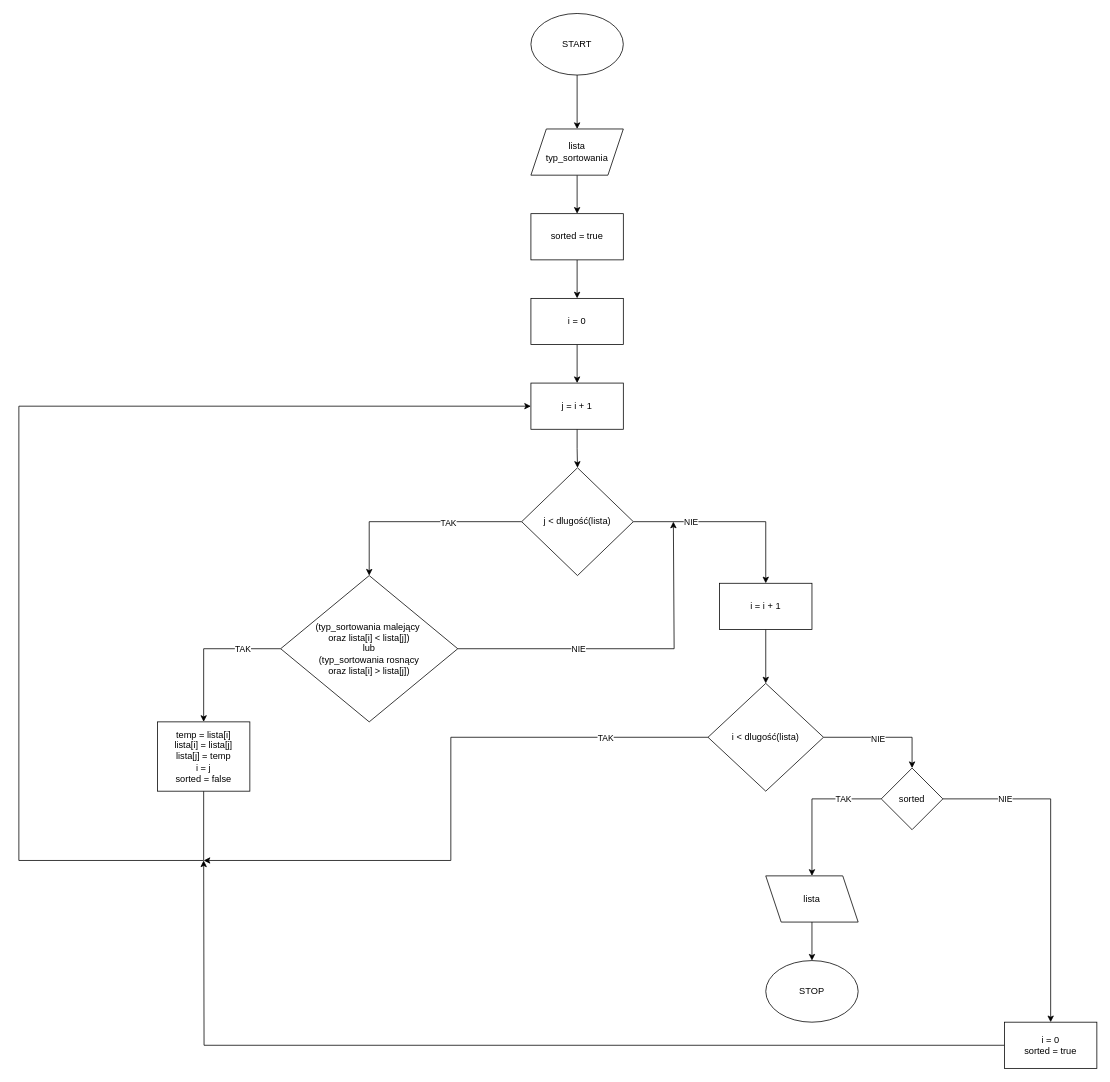
The draw.io diagram bubblesort.drawio in mmarusiak/diagrams, before the edit. Source tidied: cells renumbered, new cells numbered last; positions are measured from the earlier drawing's top-left corner, leaving out a move shared by most shapes. Both pictures are drawn from the tidied source at 77%, with x=0, y=0 at pixel (18, 13).
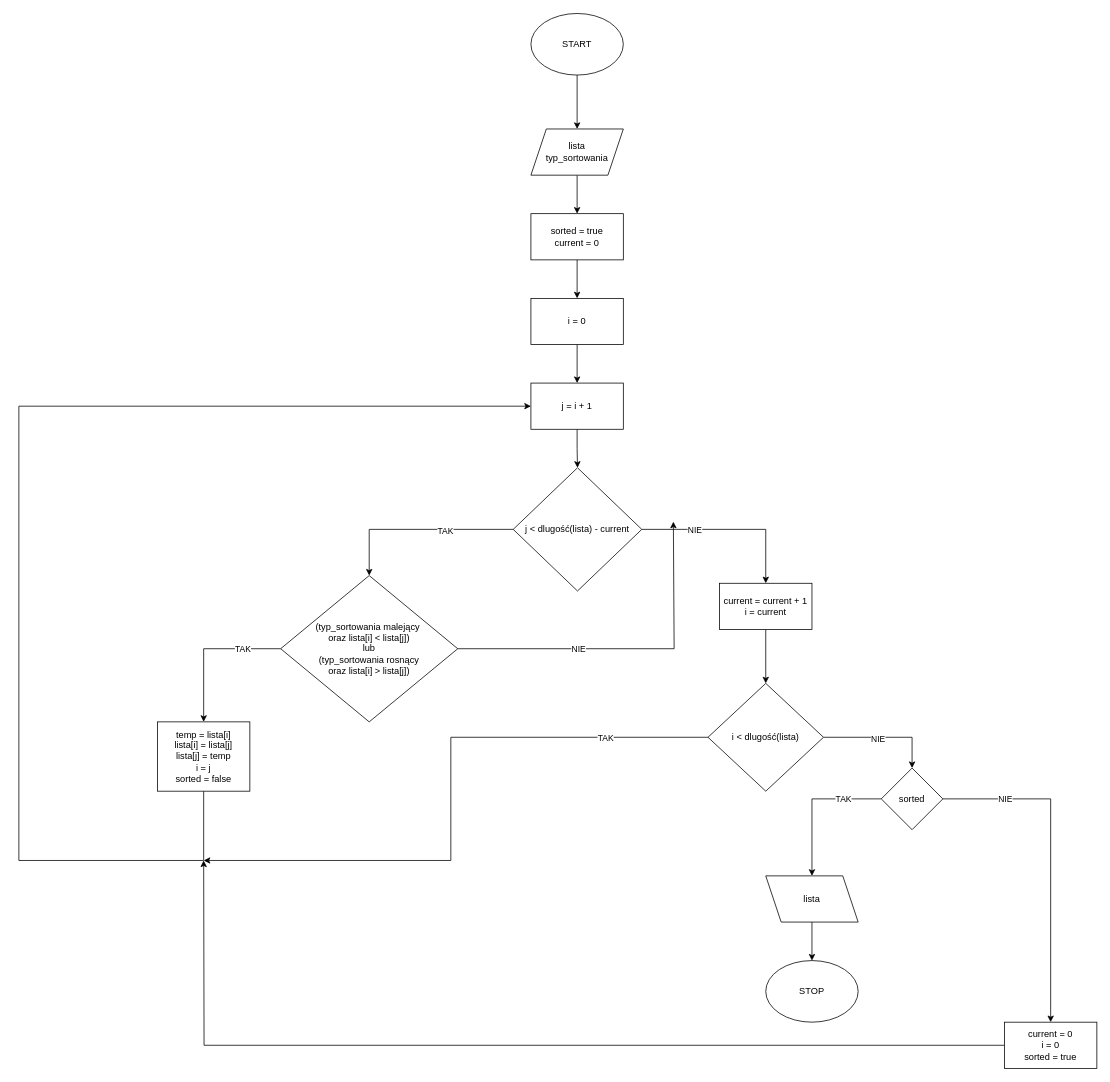
After the change.

The edit, as a diff of the source:
```diff
@@
-    <mxCell id="7" value="sorted = true" style="rounded=0;whiteSpace=wrap;html=1;" parent="1" vertex="1">
+    <mxCell id="7" value="sorted = true&lt;div&gt;current = 0&lt;/div&gt;" style="rounded=0;whiteSpace=wrap;html=1;" parent="1" vertex="1">
       <mxGeometry x="665" y="260" width="120" height="60" as="geometry" />
     </mxCell>
@@
-    <mxCell id="14" value="j &amp;lt; dlugość(lista)" style="rhombus;whiteSpace=wrap;html=1;" parent="1" vertex="1">
-      <mxGeometry x="653" y="590" width="145" height="140" as="geometry" />
+    <mxCell id="14" value="j &amp;lt; dlugość(lista) - current" style="rhombus;whiteSpace=wrap;html=1;" parent="1" vertex="1">
+      <mxGeometry x="642" y="590" width="167" height="160" as="geometry" />
     </mxCell>
@@
-    <mxCell id="25" value="i = i + 1" style="rounded=0;whiteSpace=wrap;html=1;" parent="1" vertex="1">
+    <mxCell id="25" value="current = current + 1&lt;div&gt;i = current&lt;/div&gt;" style="rounded=0;whiteSpace=wrap;html=1;" parent="1" vertex="1">
       <mxGeometry x="910" y="740" width="120" height="60" as="geometry" />
     </mxCell>
@@
-    <mxCell id="40" value="i = 0&lt;div&gt;sorted = true&lt;/div&gt;" style="rounded=0;whiteSpace=wrap;html=1;" parent="1" vertex="1">
+    <mxCell id="40" value="current = 0&lt;div&gt;i = 0&lt;br&gt;&lt;div&gt;sorted = true&lt;/div&gt;&lt;/div&gt;" style="rounded=0;whiteSpace=wrap;html=1;" parent="1" vertex="1">
       <mxGeometry x="1280" y="1310" width="120" height="60" as="geometry" />
     </mxCell>
```
